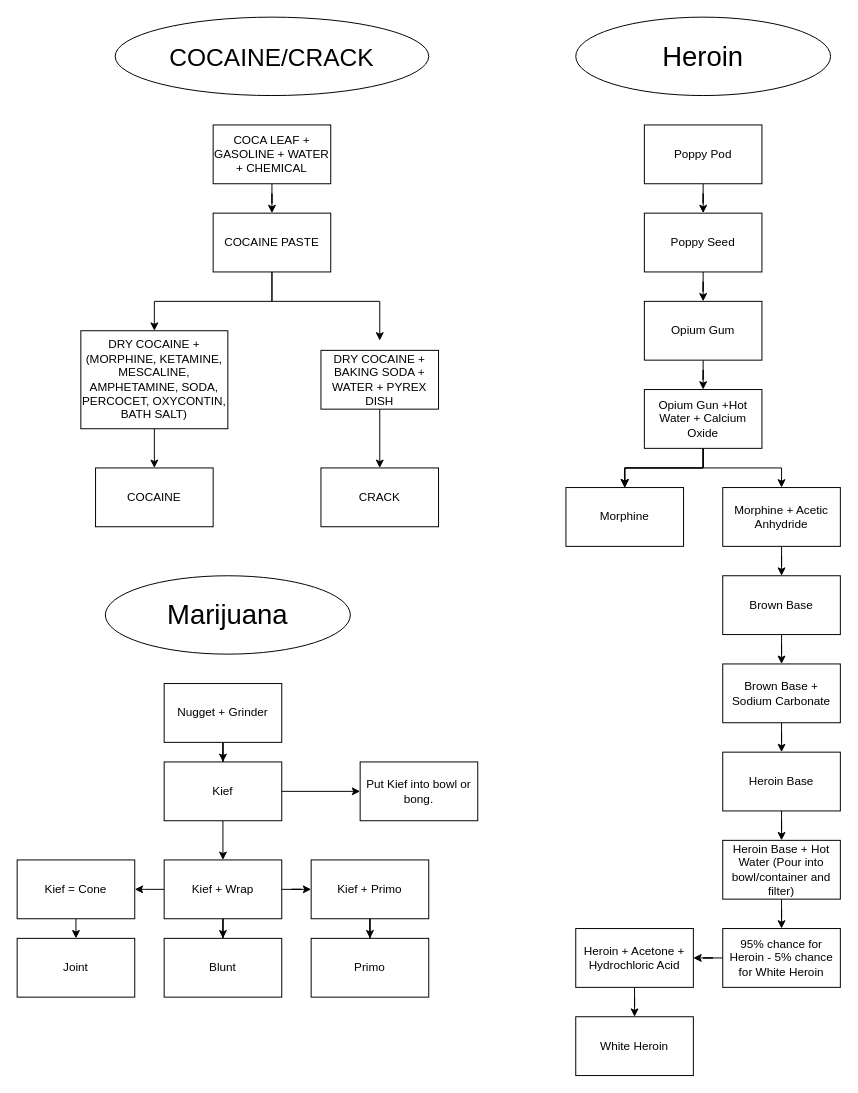
Before: Untitled Diagram.drawio in kloudxmurder/flowchart, a draw.io diagram. Source tidied: cells renumbered, new cells numbered last; positions are measured from the earlier drawing's top-left corner, leaving out a move shared by most shapes. Both pictures are drawn from the tidied source at 98%, with x=0, y=0 at pixel (17, 17).
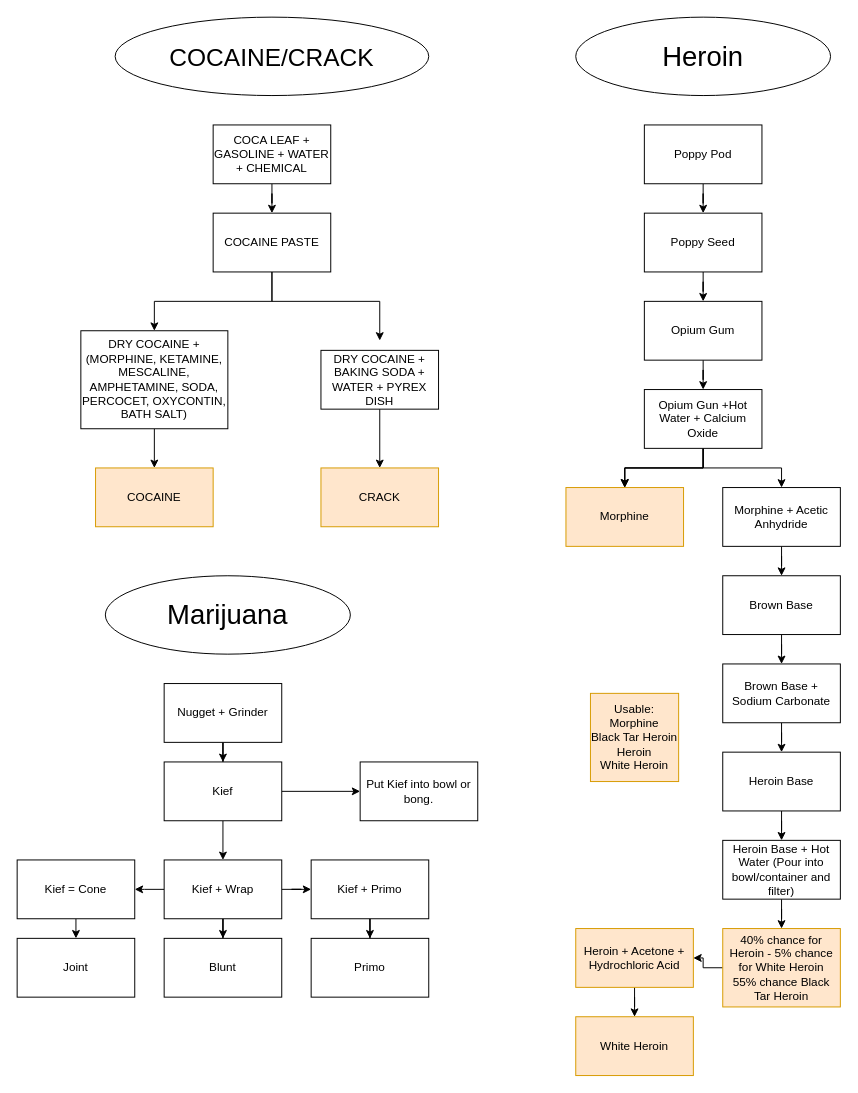
The same diagram, later.

What changed in the source:
```diff
@@
-    <mxCell id="9" value="COCAINE" style="whiteSpace=wrap;html=1;rounded=0;" parent="1" vertex="1">
+    <mxCell id="9" value="COCAINE" style="whiteSpace=wrap;html=1;rounded=0;fillColor=#ffe6cc;strokeColor=#d79b00;" parent="1" vertex="1">
       <mxGeometry x="80" y="460" width="120" height="60" as="geometry" />
     </mxCell>
@@
-    <mxCell id="12" value="CRACK" style="whiteSpace=wrap;html=1;" parent="1" vertex="1">
+    <mxCell id="12" value="CRACK" style="whiteSpace=wrap;html=1;fillColor=#ffe6cc;strokeColor=#d79b00;" parent="1" vertex="1">
       <mxGeometry x="310" y="460" width="120" height="60" as="geometry" />
     </mxCell>
@@
-    <mxCell id="42" value="Morphine" style="whiteSpace=wrap;html=1;rounded=0;" parent="1" vertex="1">
+    <mxCell id="42" value="Morphine" style="whiteSpace=wrap;html=1;rounded=0;fillColor=#ffe6cc;strokeColor=#d79b00;" parent="1" vertex="1">
       <mxGeometry x="560" y="480" width="120" height="60" as="geometry" />
     </mxCell>
@@
-    <mxCell id="54" value="95% chance for Heroin - 5% chance for White Heroin" style="whiteSpace=wrap;html=1;rounded=0;" parent="1" vertex="1">
-      <mxGeometry x="720" y="930" width="120" height="60" as="geometry" />
+    <mxCell id="54" value="40% chance for Heroin - 5% chance for White Heroin&lt;div&gt;55% chance Black Tar Heroin&lt;/div&gt;" style="whiteSpace=wrap;html=1;rounded=0;fillColor=#ffe6cc;strokeColor=#d79b00;" parent="1" vertex="1">
+      <mxGeometry x="720" y="930" width="120" height="80" as="geometry" />
     </mxCell>
@@
-    <mxCell id="56" value="Heroin + Acetone + Hydrochloric Acid" style="whiteSpace=wrap;html=1;rounded=0;" parent="1" vertex="1">
+    <mxCell id="56" value="Heroin + Acetone + Hydrochloric Acid" style="whiteSpace=wrap;html=1;rounded=0;fillColor=#ffe6cc;strokeColor=#d79b00;" parent="1" vertex="1">
       <mxGeometry x="570" y="930" width="120" height="60" as="geometry" />
     </mxCell>
-    <mxCell id="57" value="White Heroin" style="whiteSpace=wrap;html=1;rounded=0;" parent="1" vertex="1">
+    <mxCell id="57" value="White Heroin" style="whiteSpace=wrap;html=1;rounded=0;fillColor=#ffe6cc;strokeColor=#d79b00;" parent="1" vertex="1">
       <mxGeometry x="570" y="1020" width="120" height="60" as="geometry" />
     </mxCell>
@@
+    <mxCell id="60" value="Usable:&lt;br&gt;Morphine&lt;br&gt;Black Tar Heroin&lt;br&gt;Heroin&lt;br&gt;White Heroin" style="whiteSpace=wrap;html=1;fillColor=#ffe6cc;strokeColor=#d79b00;" parent="1" vertex="1">
+      <mxGeometry x="585" y="690" width="90" height="90" as="geometry" />
+    </mxCell>
```
